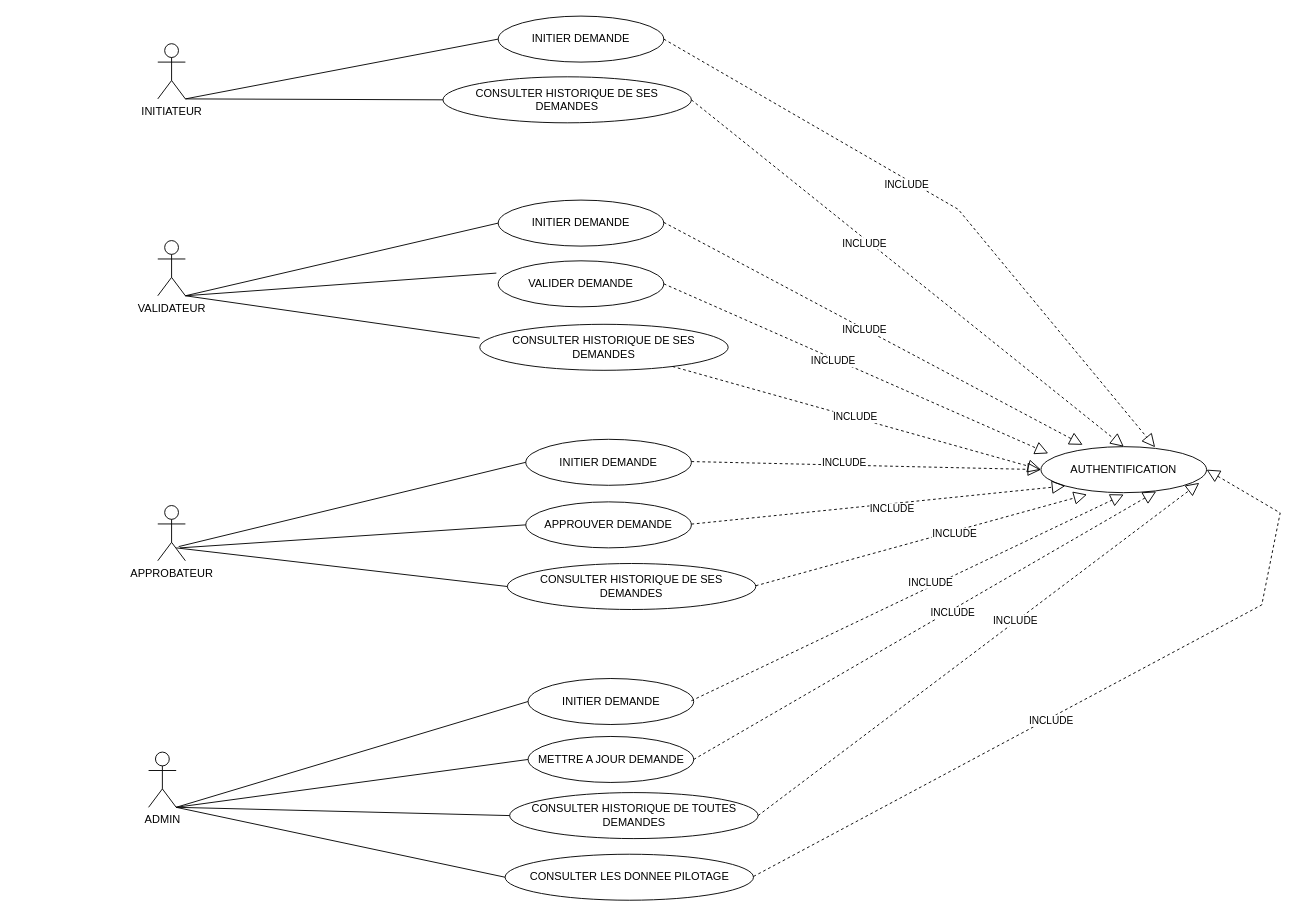
Above: UseCaseGestHab.drawio in drissaitkassi/usecaseGestHab (draw.io), before the change. Source tidied: cells renumbered, new cells numbered last; positions are measured from the earlier drawing's top-left corner, leaving out a move shared by most shapes. Both pictures are drawn from the tidied source at 92%, with x=0, y=0 at pixel (148, 16).
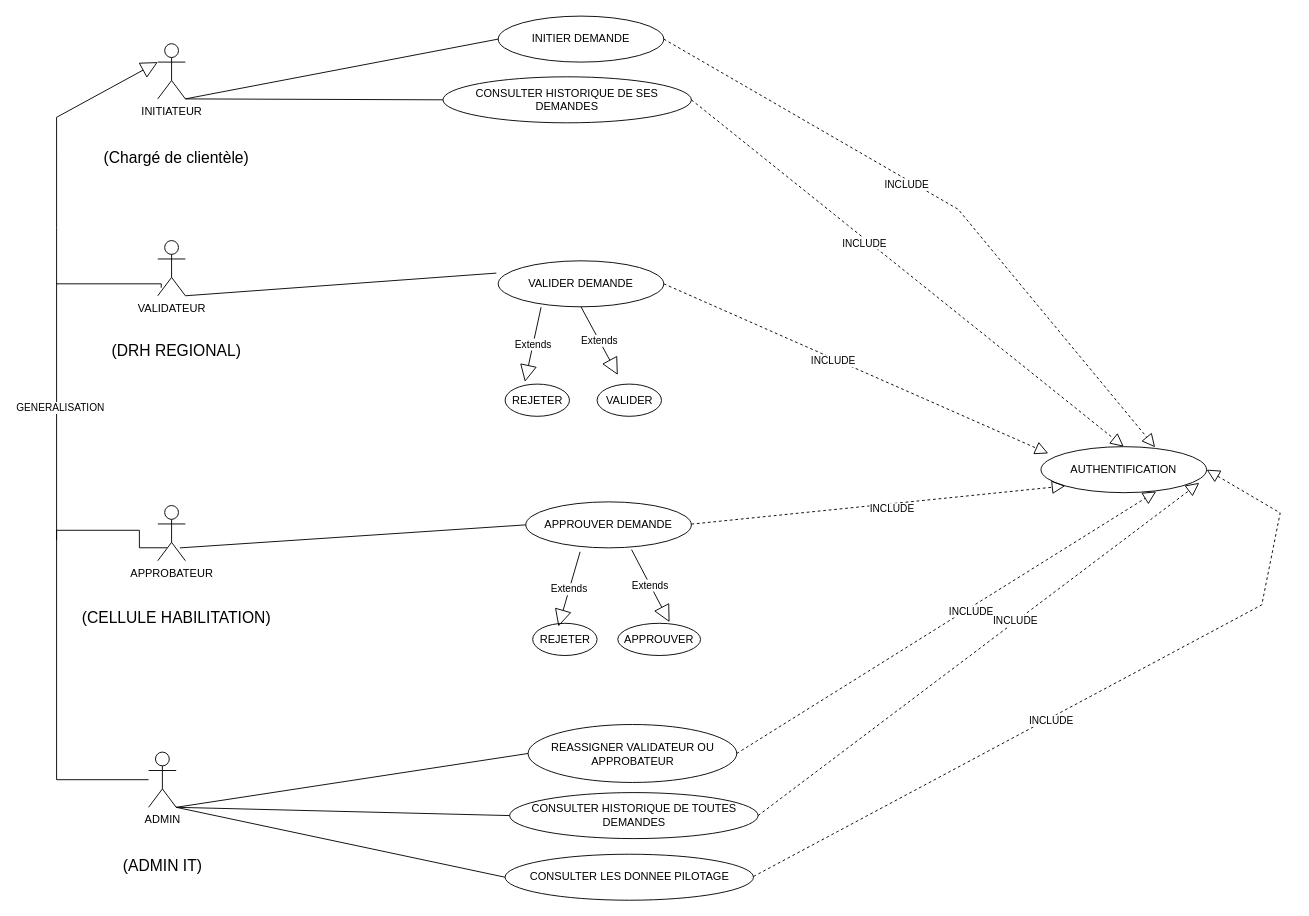
Above is the later version.

Commit message:
Mettre à jour UseCaseGestHab.drawio

The change refers to these unchanged cells:
```xml
<mxCell id="2" value="INITIATEUR" style="shape=umlActor;verticalLabelPosition=bottom;verticalAlign=top;html=1;" parent="1" vertex="1">
  <mxGeometry x="10" y="30" width="30" height="60" as="geometry" />
</mxCell>
<mxCell id="3" value="VALIDATEUR" style="shape=umlActor;verticalLabelPosition=bottom;verticalAlign=top;html=1;" parent="1" vertex="1">
  <mxGeometry x="10" y="244" width="30" height="60" as="geometry" />
</mxCell>
<mxCell id="4" value="APPROBATEUR" style="shape=umlActor;verticalLabelPosition=bottom;verticalAlign=top;html=1;" parent="1" vertex="1">
  <mxGeometry x="10" y="532" width="30" height="60" as="geometry" />
</mxCell>
<mxCell id="5" value="ADMIN" style="shape=umlActor;verticalLabelPosition=bottom;verticalAlign=top;html=1;" parent="1" vertex="1">
  <mxGeometry y="800" width="30" height="60" as="geometry" />
</mxCell>
<mxCell id="6" value="AUTHENTIFICATION" style="ellipse;whiteSpace=wrap;html=1;" parent="1" vertex="1">
  <mxGeometry x="970" y="468" width="180" height="50" as="geometry" />
</mxCell>
<mxCell id="11" value="VALIDER DEMANDE" style="ellipse;whiteSpace=wrap;html=1;" parent="1" vertex="1">
  <mxGeometry x="380" y="266" width="180" height="50" as="geometry" />
</mxCell>
<mxCell id="14" value="APPROUVER DEMANDE" style="ellipse;whiteSpace=wrap;html=1;" parent="1" vertex="1">
  <mxGeometry x="410" y="528" width="180" height="50" as="geometry" />
</mxCell>
```

Change to the diagram source:
```diff
@@
-    <mxCell id="9" value="INITIER DEMANDE" style="ellipse;whiteSpace=wrap;html=1;" parent="1" vertex="1">
-      <mxGeometry x="380" y="200" width="180" height="50" as="geometry" />
-    </mxCell>
-    <mxCell id="10" value="CONSULTER HISTORIQUE DE SES DEMANDES" style="ellipse;whiteSpace=wrap;html=1;" parent="1" vertex="1">
-      <mxGeometry x="360" y="335" width="270" height="50" as="geometry" />
-    </mxCell>
@@
-    <mxCell id="12" value="INITIER DEMANDE" style="ellipse;whiteSpace=wrap;html=1;" parent="1" vertex="1">
-      <mxGeometry x="410" y="460" width="180" height="50" as="geometry" />
-    </mxCell>
-    <mxCell id="13" value="CONSULTER HISTORIQUE DE SES DEMANDES" style="ellipse;whiteSpace=wrap;html=1;" parent="1" vertex="1">
-      <mxGeometry x="390" y="595" width="270" height="50" as="geometry" />
-    </mxCell>
@@
-    <mxCell id="15" value="INITIER DEMANDE" style="ellipse;whiteSpace=wrap;html=1;" parent="1" vertex="1">
-      <mxGeometry x="412.5" y="720" width="180" height="50" as="geometry" />
-    </mxCell>
@@
-    <mxCell id="17" value="METTRE A JOUR DEMANDE" style="ellipse;whiteSpace=wrap;html=1;" parent="1" vertex="1">
-      <mxGeometry x="412.5" y="783" width="180" height="50" as="geometry" />
+    <mxCell id="17" value="REASSIGNER VALIDATEUR OU APPROBATEUR" style="ellipse;whiteSpace=wrap;html=1;" parent="1" vertex="1">
+      <mxGeometry x="412.5" y="770" width="226.8" height="63" as="geometry" />
     </mxCell>
@@
-    <mxCell id="23" style="endArrow=block;dashed=1;endFill=0;endSize=12;html=1;rounded=0;entryX=0.252;entryY=-0.04;entryDx=0;entryDy=0;entryPerimeter=0;" parent="1" edge="1" target="6">
-      <mxGeometry relative="1" as="geometry">
-        <mxPoint x="560" y="224.2" as="sourcePoint" />
-      </mxGeometry>
-    </mxCell>
-    <mxCell id="24" value="INCLUDE" style="edgeLabel;html=1;align=center;verticalAlign=middle;" parent="23" vertex="1">
-      <mxGeometry x="-0.04" y="-1" relative="1" as="geometry" />
-    </mxCell>
@@
-    <mxCell id="27" style="endArrow=block;dashed=1;endFill=0;endSize=12;html=1;rounded=0;entryX=0;entryY=0.5;entryDx=0;entryDy=0;" parent="1" edge="1" source="10" target="6">
-      <mxGeometry relative="1" as="geometry" />
-    </mxCell>
-    <mxCell id="28" value="INCLUDE" style="edgeLabel;html=1;align=center;verticalAlign=middle;" parent="27" vertex="1">
-      <mxGeometry x="-0.01" y="1" relative="1" as="geometry">
-        <mxPoint x="-1" as="offset" />
-      </mxGeometry>
-    </mxCell>
-    <mxCell id="29" style="endArrow=block;dashed=1;endFill=0;endSize=12;html=1;rounded=0;entryX=0;entryY=0.5;entryDx=0;entryDy=0;" parent="1" edge="1" target="6">
-      <mxGeometry relative="1" as="geometry">
-        <mxPoint x="590" y="484.2" as="sourcePoint" />
-      </mxGeometry>
-    </mxCell>
-    <mxCell id="30" value="INCLUDE" style="edgeLabel;html=1;align=center;verticalAlign=middle;" parent="29" vertex="1">
-      <mxGeometry x="-0.13" y="3" relative="1" as="geometry" />
-    </mxCell>
@@
-    <mxCell id="33" style="endArrow=block;dashed=1;endFill=0;endSize=12;html=1;rounded=0;entryX=0.278;entryY=1.04;entryDx=0;entryDy=0;entryPerimeter=0;" parent="1" edge="1" target="6">
-      <mxGeometry relative="1" as="geometry">
-        <mxPoint x="660" y="619.2" as="sourcePoint" />
-      </mxGeometry>
-    </mxCell>
-    <mxCell id="34" value="INCLUDE" style="edgeLabel;html=1;align=center;verticalAlign=middle;" parent="33" vertex="1">
-      <mxGeometry x="0.2" y="-3" relative="1" as="geometry">
-        <mxPoint x="-1" as="offset" />
-      </mxGeometry>
-    </mxCell>
-    <mxCell id="35" style="endArrow=block;dashed=1;endFill=0;endSize=12;html=1;rounded=0;" parent="1" edge="1">
-      <mxGeometry relative="1" as="geometry">
-        <mxPoint x="590" y="744.2" as="sourcePoint" />
-        <mxPoint x="1060" y="520" as="targetPoint" />
-      </mxGeometry>
-    </mxCell>
-    <mxCell id="36" value="INCLUDE" style="edgeLabel;html=1;align=center;verticalAlign=middle;" parent="35" vertex="1">
-      <mxGeometry x="0.11" y="5" relative="1" as="geometry">
-        <mxPoint x="1" as="offset" />
-      </mxGeometry>
-    </mxCell>
@@
-    <mxCell id="45" style="endArrow=none;html=1;rounded=0;entryX=0;entryY=0.5;entryDx=0;entryDy=0;exitX=1;exitY=1;exitDx=0;exitDy=0;exitPerimeter=0;" parent="1" edge="1" source="3" target="9">
-      <mxGeometry relative="1" as="geometry" />
-    </mxCell>
@@
-    <mxCell id="47" style="endArrow=none;html=1;rounded=0;entryX=0;entryY=0.3;entryDx=0;entryDy=0;entryPerimeter=0;exitX=1;exitY=1;exitDx=0;exitDy=0;exitPerimeter=0;" parent="1" edge="1" source="3" target="10">
-      <mxGeometry relative="1" as="geometry" />
-    </mxCell>
-    <mxCell id="48" style="endArrow=none;html=1;rounded=0;entryX=0;entryY=0.5;entryDx=0;entryDy=0;" parent="1" edge="1" target="13">
-      <mxGeometry relative="1" as="geometry">
-        <mxPoint x="30" y="578" as="sourcePoint" />
-      </mxGeometry>
-    </mxCell>
-    <mxCell id="49" style="endArrow=none;html=1;rounded=0;entryX=0;entryY=0.5;entryDx=0;entryDy=0;exitX=0.756;exitY=0.744;exitDx=0;exitDy=0;exitPerimeter=0;" parent="1" edge="1" source="4" target="12">
-      <mxGeometry relative="1" as="geometry" />
-    </mxCell>
@@
-    <mxCell id="54" style="endArrow=none;html=1;rounded=0;entryX=0;entryY=0.5;entryDx=0;entryDy=0;exitX=1;exitY=1;exitDx=0;exitDy=0;exitPerimeter=0;" parent="1" edge="1" source="5" target="15">
-      <mxGeometry relative="1" as="geometry" />
-    </mxCell>
+    <mxCell id="55" style="endArrow=block;endSize=16;endFill=0;html=1;rounded=0;entryX=0;entryY=0.3333333333333333;entryDx=0;entryDy=0;entryPerimeter=0;" parent="1" edge="1" source="5" target="2">
+      <mxGeometry relative="1" as="geometry">
+        <Array as="points">
+          <mxPoint x="-100" y="830" />
+          <mxPoint x="-100" y="570" />
+          <mxPoint x="-100" y="230" />
+          <mxPoint x="-100" y="150" />
+          <mxPoint x="-100" y="110" />
+        </Array>
+      </mxGeometry>
+    </mxCell>
+    <mxCell id="56" value="GENERALISATION" style="edgeLabel;html=1;align=center;verticalAlign=middle;" parent="55" vertex="1">
+      <mxGeometry x="0.07" y="-3" relative="1" as="geometry">
+        <mxPoint y="1" as="offset" />
+      </mxGeometry>
+    </mxCell>
+    <mxCell id="57" style="endArrow=none;html=1;edgeStyle=orthogonalEdgeStyle;rounded=0;" parent="1" edge="1">
+      <mxGeometry relative="1" as="geometry">
+        <mxPoint x="-100" y="570" as="sourcePoint" />
+        <mxPoint x="20" y="577.9" as="targetPoint" />
+        <Array as="points">
+          <mxPoint x="-10" y="558.9" />
+        </Array>
+      </mxGeometry>
+    </mxCell>
+    <mxCell id="58" style="endArrow=none;html=1;edgeStyle=orthogonalEdgeStyle;rounded=0;entryX=0.125;entryY=0.854;entryDx=0;entryDy=0;entryPerimeter=0;" parent="1" edge="1" target="3">
+      <mxGeometry relative="1" as="geometry">
+        <mxPoint x="-100" y="290" as="sourcePoint" />
+        <Array as="points">
+          <mxPoint x="14" y="291" />
+        </Array>
+      </mxGeometry>
+    </mxCell>
+    <mxCell id="59" value="Extends" style="endArrow=block;endSize=16;endFill=0;html=1;rounded=0;exitX=0.5;exitY=1;exitDx=0;exitDy=0;" parent="1" edge="1" source="11">
+      <mxGeometry relative="1" as="geometry">
+        <mxPoint x="510" y="390" as="targetPoint" />
+      </mxGeometry>
+    </mxCell>
+    <mxCell id="60" value="REJETER" style="ellipse;whiteSpace=wrap;html=1;" parent="1" vertex="1">
+      <mxGeometry x="387.5" y="400" width="70" height="35" as="geometry" />
+    </mxCell>
+    <mxCell id="61" value="VALIDER" style="ellipse;whiteSpace=wrap;html=1;" parent="1" vertex="1">
+      <mxGeometry x="487.5" y="400" width="70" height="35" as="geometry" />
+    </mxCell>
+    <mxCell id="62" value="Extends" style="endArrow=block;endSize=16;endFill=0;html=1;rounded=0;exitX=0.259;exitY=1.008;exitDx=0;exitDy=0;exitPerimeter=0;entryX=0.308;entryY=-0.069;entryDx=0;entryDy=0;entryPerimeter=0;" parent="1" edge="1" source="11" target="60">
+      <mxGeometry relative="1" as="geometry" />
+    </mxCell>
+    <mxCell id="63" value="REJETER" style="ellipse;whiteSpace=wrap;html=1;" parent="1" vertex="1">
+      <mxGeometry x="417.5" y="660" width="70" height="35" as="geometry" />
+    </mxCell>
+    <mxCell id="64" value="APPROUVER" style="ellipse;whiteSpace=wrap;html=1;" parent="1" vertex="1">
+      <mxGeometry x="510" y="660" width="90" height="35" as="geometry" />
+    </mxCell>
+    <mxCell id="65" value="Extends" style="endArrow=block;endSize=16;endFill=0;html=1;rounded=0;exitX=0.5;exitY=1;exitDx=0;exitDy=0;entryX=0.625;entryY=-0.035;entryDx=0;entryDy=0;entryPerimeter=0;" parent="1" edge="1" target="64">
+      <mxGeometry relative="1" as="geometry">
+        <mxPoint x="525" y="580" as="sourcePoint" />
+      </mxGeometry>
+    </mxCell>
+    <mxCell id="66" value="Extends" style="endArrow=block;endSize=16;endFill=0;html=1;rounded=0;exitX=0.328;exitY=1.086;exitDx=0;exitDy=0;entryX=0.4;entryY=0.099;entryDx=0;entryDy=0;entryPerimeter=0;exitPerimeter=0;" parent="1" edge="1" source="14" target="63">
+      <mxGeometry relative="1" as="geometry" />
+    </mxCell>
+    <mxCell id="67" value="&lt;font style=&quot;font-size: 17px;&quot;&gt;(Chargé de clientèle)&lt;/font&gt;" style="text;html=1;align=center;verticalAlign=middle;strokeColor=none;fillColor=none;" parent="1" vertex="1">
+      <mxGeometry x="-60" y="140" width="180" height="30" as="geometry" />
+    </mxCell>
+    <mxCell id="68" value="&lt;font style=&quot;font-size: 17px;&quot;&gt;(DRH REGIONAL)&lt;/font&gt;" style="text;html=1;align=center;verticalAlign=middle;strokeColor=none;fillColor=none;" parent="1" vertex="1">
+      <mxGeometry x="-50" y="350" width="160" height="30" as="geometry" />
+    </mxCell>
+    <mxCell id="69" value="&lt;font style=&quot;font-size: 17px;&quot;&gt;(CELLULE HABILITATION)&lt;/font&gt;" style="text;html=1;align=center;verticalAlign=middle;strokeColor=none;fillColor=none;" parent="1" vertex="1">
+      <mxGeometry x="-85" y="640" width="230" height="30" as="geometry" />
+    </mxCell>
+    <mxCell id="70" value="&lt;font style=&quot;font-size: 17px;&quot;&gt;(ADMIN IT)&lt;/font&gt;" style="text;html=1;align=center;verticalAlign=middle;strokeColor=none;fillColor=none;" parent="1" vertex="1">
+      <mxGeometry x="-40" y="910" width="110" height="30" as="geometry" />
+    </mxCell>
```
